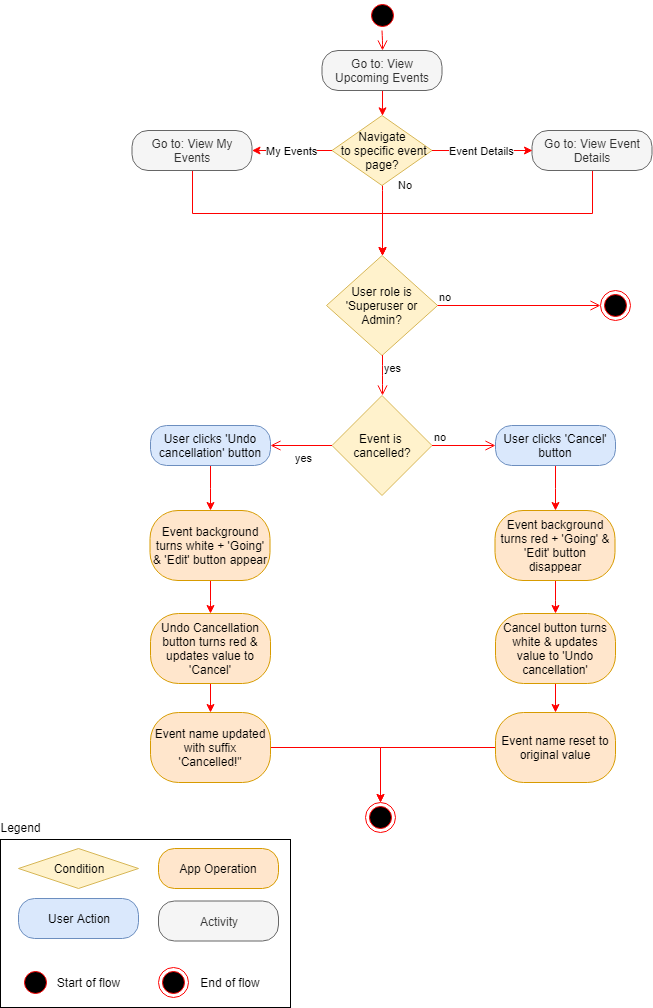
Evdes/EventTracker keeps this draw.io diagram as Documentation/Diagrams/Activity Diagram/Screenshots/Event Tracker - Activity Diagram - Cancel event.png. Above is the earlier version. Source tidied: cells renumbered, new cells last; positions are measured from the earlier drawing's top-left corner, leaving out a move shared by most shapes.
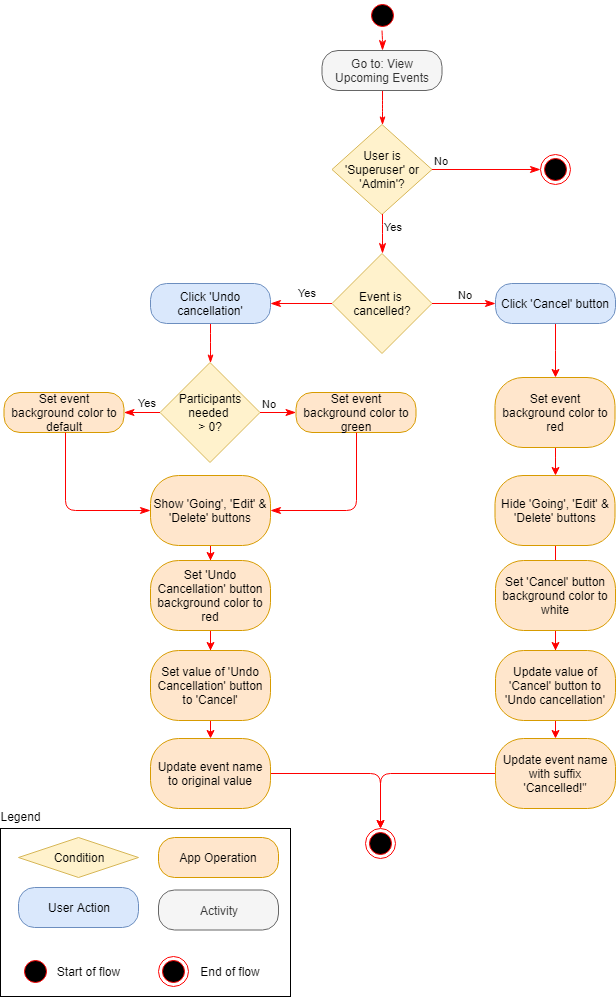
The same file after the commit.

What changed in the source:
```diff
@@ -2,151 +2,168 @@
   <root>
     <mxCell id="0" />
     <mxCell id="1" parent="0" />
-    <mxCell id="2" value="User role is 'Superuser or Admin?" style="rhombus;whiteSpace=wrap;html=1;fillColor=#fff2cc;strokeColor=#d6b656;" parent="1" vertex="1">
-      <mxGeometry x="326" y="255" width="111.1" height="100" as="geometry" />
+    <mxCell id="2" value="User is 'Superuser' or 'Admin'?" style="rhombus;whiteSpace=wrap;html=1;fillColor=#fff2cc;strokeColor=#d6b656;" parent="1" vertex="1">
+      <mxGeometry x="331.5" y="124" width="100" height="90" as="geometry" />
     </mxCell>
-    <mxCell id="3" value="no" style="edgeStyle=orthogonalEdgeStyle;html=1;align=left;verticalAlign=bottom;endArrow=open;endSize=8;strokeColor=#ff0000;entryX=0;entryY=0.5;entryDx=0;entryDy=0;" parent="1" edge="1" source="2" target="5">
+    <mxCell id="3" value="No" style="edgeStyle=orthogonalEdgeStyle;html=1;align=left;verticalAlign=bottom;endArrow=classicThin;endSize=8;strokeColor=#ff0000;entryX=0;entryY=0.5;entryDx=0;entryDy=0;endFill=1;" parent="1" edge="1" source="2" target="5">
       <mxGeometry x="-1" relative="1" as="geometry" />
     </mxCell>
-    <mxCell id="4" value="yes" style="edgeStyle=orthogonalEdgeStyle;html=1;align=left;verticalAlign=top;endArrow=open;endSize=8;strokeColor=#ff0000;entryX=0.5;entryY=0;entryDx=0;entryDy=0;" parent="1" edge="1" source="2" target="6">
+    <mxCell id="4" value="Yes" style="edgeStyle=orthogonalEdgeStyle;html=1;align=left;verticalAlign=top;endArrow=classicThin;endSize=8;strokeColor=#ff0000;entryX=0.5;entryY=0;entryDx=0;entryDy=0;endFill=1;" parent="1" edge="1" source="2" target="6">
       <mxGeometry x="-1" relative="1" as="geometry" />
     </mxCell>
     <mxCell id="5" style="ellipse;html=1;shape=endState;fillColor=#000000;strokeColor=#ff0000;" parent="1" vertex="1">
-      <mxGeometry x="600" y="290" width="30" height="30" as="geometry" />
+      <mxGeometry x="540" y="154" width="30" height="30" as="geometry" />
     </mxCell>
     <mxCell id="6" value="Event is &lt;br&gt;cancelled?" style="rhombus;whiteSpace=wrap;html=1;fillColor=#fff2cc;strokeColor=#d6b656;" parent="1" vertex="1">
-      <mxGeometry x="331.5" y="395" width="100" height="100" as="geometry" />
+      <mxGeometry x="331.5" y="253" width="100" height="100" as="geometry" />
     </mxCell>
-    <mxCell id="7" value="no" style="edgeStyle=orthogonalEdgeStyle;html=1;align=left;verticalAlign=bottom;endArrow=open;endSize=8;strokeColor=#ff0000;entryX=0;entryY=0.5;entryDx=0;entryDy=0;" parent="1" edge="1" source="6" target="10">
-      <mxGeometry x="-1" relative="1" as="geometry" />
+    <mxCell id="7" value="No" style="edgeStyle=orthogonalEdgeStyle;html=1;align=left;verticalAlign=bottom;endArrow=classicThin;endSize=8;strokeColor=#ff0000;entryX=0;entryY=0.5;entryDx=0;entryDy=0;endFill=1;" parent="1" edge="1" source="6" target="10">
+      <mxGeometry x="-0.26" relative="1" as="geometry" />
     </mxCell>
-    <mxCell id="8" value="yes" style="edgeStyle=orthogonalEdgeStyle;html=1;align=left;verticalAlign=top;endArrow=open;endSize=8;strokeColor=#ff0000;entryX=1;entryY=0.5;entryDx=0;entryDy=0;" parent="1" edge="1" source="6" target="18">
-      <mxGeometry x="0.3" relative="1" as="geometry">
+    <mxCell id="8" value="Yes" style="edgeStyle=orthogonalEdgeStyle;html=1;align=left;verticalAlign=top;endArrow=classicThin;endSize=8;strokeColor=#ff0000;entryX=1;entryY=0.5;entryDx=0;entryDy=0;endFill=1;" parent="1" edge="1" source="6" target="18">
+      <mxGeometry x="0.19" y="-23" relative="1" as="geometry">
         <mxPoint x="1" as="offset" />
       </mxGeometry>
     </mxCell>
-    <mxCell id="9" style="edgeStyle=orthogonalEdgeStyle;rounded=0;jettySize=auto;html=1;strokeColor=#FF0000;" parent="1" edge="1" source="10" target="12">
+    <mxCell id="9" style="edgeStyle=orthogonalEdgeStyle;rounded=0;jettySize=auto;html=1;strokeColor=#FF0000;" parent="1" edge="1" source="10" target="57">
       <mxGeometry relative="1" as="geometry" />
     </mxCell>
-    <mxCell id="10" value="User clicks 'Cancel' button" style="rounded=1;whiteSpace=wrap;html=1;arcSize=40;fillColor=#dae8fc;strokeColor=#6c8ebf;" parent="1" vertex="1">
-      <mxGeometry x="495" y="425" width="120" height="40" as="geometry" />
+    <mxCell id="10" value="Click 'Cancel' button" style="rounded=1;whiteSpace=wrap;html=1;arcSize=40;fillColor=#dae8fc;strokeColor=#6c8ebf;" parent="1" vertex="1">
+      <mxGeometry x="495" y="283" width="120" height="40" as="geometry" />
     </mxCell>
     <mxCell id="11" style="edgeStyle=orthogonalEdgeStyle;rounded=0;jettySize=auto;html=1;strokeColor=#FF0000;" parent="1" edge="1" source="12" target="14">
       <mxGeometry relative="1" as="geometry" />
     </mxCell>
-    <mxCell id="12" value="Event background turns red + 'Going' &amp;amp; 'Edit' button disappear" style="rounded=1;whiteSpace=wrap;html=1;arcSize=40;fillColor=#ffe6cc;strokeColor=#d79b00;" parent="1" vertex="1">
-      <mxGeometry x="494.5" y="510" width="120" height="70" as="geometry" />
+    <mxCell id="12" value="Hide 'Going', 'Edit' &amp;amp; 'Delete' buttons" style="rounded=1;whiteSpace=wrap;html=1;arcSize=40;fillColor=#ffe6cc;strokeColor=#d79b00;" parent="1" vertex="1">
+      <mxGeometry x="494.5" y="475" width="120" height="70" as="geometry" />
     </mxCell>
-    <mxCell id="13" style="edgeStyle=orthogonalEdgeStyle;rounded=0;jettySize=auto;html=1;strokeColor=#FF0000;" parent="1" edge="1" source="14" target="16">
+    <mxCell id="13" style="edgeStyle=orthogonalEdgeStyle;rounded=0;jettySize=auto;html=1;strokeColor=#FF0000;" parent="1" edge="1" source="14" target="59">
       <mxGeometry relative="1" as="geometry" />
     </mxCell>
-    <mxCell id="14" value="Cancel button turns white &amp;amp; updates value to 'Undo cancellation'" style="rounded=1;whiteSpace=wrap;html=1;arcSize=40;fillColor=#ffe6cc;strokeColor=#d79b00;" parent="1" vertex="1">
-      <mxGeometry x="495" y="613" width="120" height="70" as="geometry" />
+    <mxCell id="14" value="Set 'Cancel' button background color to white" style="rounded=1;whiteSpace=wrap;html=1;arcSize=40;fillColor=#ffe6cc;strokeColor=#d79b00;" parent="1" vertex="1">
+      <mxGeometry x="495" y="560" width="120" height="70" as="geometry" />
     </mxCell>
-    <mxCell id="15" style="edgeStyle=orthogonalEdgeStyle;rounded=0;jettySize=auto;html=1;strokeColor=#FF0000;" parent="1" edge="1" source="16" target="25">
+    <mxCell id="15" style="edgeStyle=orthogonalEdgeStyle;rounded=1;jettySize=auto;html=1;strokeColor=#FF0000;" parent="1" edge="1" source="16" target="25">
       <mxGeometry relative="1" as="geometry" />
     </mxCell>
-    <mxCell id="16" value="Event name reset to original value" style="rounded=1;whiteSpace=wrap;html=1;arcSize=40;fillColor=#ffe6cc;strokeColor=#d79b00;" parent="1" vertex="1">
-      <mxGeometry x="495" y="712" width="120" height="70" as="geometry" />
+    <mxCell id="16" value="Update event name with suffix 'Cancelled!&quot;" style="rounded=1;whiteSpace=wrap;html=1;arcSize=40;fillColor=#ffe6cc;strokeColor=#d79b00;" parent="1" vertex="1">
+      <mxGeometry x="495" y="738" width="120" height="70" as="geometry" />
     </mxCell>
-    <mxCell id="17" style="edgeStyle=orthogonalEdgeStyle;rounded=0;jettySize=auto;html=1;strokeColor=#FF0000;" parent="1" edge="1" source="18" target="20">
-      <mxGeometry relative="1" as="geometry" />
-    </mxCell>
+    <mxCell id="48" style="edgeStyle=orthogonalEdgeStyle;rounded=1;jettySize=auto;html=1;endArrow=classicThin;endFill=1;strokeColor=#FF0000;" parent="1" edge="1" source="18" target="50">
+      <mxGeometry relative="1" as="geometry" />
+    </mxCell>
-    <mxCell id="18" value="User clicks 'Undo cancellation' button" style="rounded=1;whiteSpace=wrap;html=1;arcSize=40;fillColor=#dae8fc;strokeColor=#6c8ebf;" parent="1" vertex="1">
-      <mxGeometry x="150" y="425" width="120" height="40" as="geometry" />
+    <mxCell id="18" value="Click 'Undo cancellation'" style="rounded=1;whiteSpace=wrap;html=1;arcSize=40;fillColor=#dae8fc;strokeColor=#6c8ebf;" parent="1" vertex="1">
+      <mxGeometry x="150" y="283" width="120" height="40" as="geometry" />
     </mxCell>
     <mxCell id="19" style="edgeStyle=orthogonalEdgeStyle;rounded=0;jettySize=auto;html=1;strokeColor=#FF0000;" parent="1" edge="1" source="20" target="22">
       <mxGeometry relative="1" as="geometry" />
     </mxCell>
-    <mxCell id="20" value="&lt;span&gt;Event background turns white + 'Going' &amp;amp; 'Edit' button appear&lt;/span&gt;" style="rounded=1;whiteSpace=wrap;html=1;arcSize=40;fillColor=#ffe6cc;strokeColor=#d79b00;" parent="1" vertex="1">
-      <mxGeometry x="149.5" y="510" width="120" height="70" as="geometry" />
+    <mxCell id="20" value="&lt;span&gt;Show 'Going', 'Edit' &amp;amp; 'Delete' buttons&lt;/span&gt;" style="rounded=1;whiteSpace=wrap;html=1;arcSize=40;fillColor=#ffe6cc;strokeColor=#d79b00;" parent="1" vertex="1">
+      <mxGeometry x="150" y="475" width="120" height="70" as="geometry" />
     </mxCell>
-    <mxCell id="21" style="edgeStyle=orthogonalEdgeStyle;rounded=0;jettySize=auto;html=1;strokeColor=#FF0000;" parent="1" edge="1" source="22" target="24">
+    <mxCell id="21" style="edgeStyle=orthogonalEdgeStyle;rounded=0;jettySize=auto;html=1;strokeColor=#FF0000;entryX=0.5;entryY=0;entryDx=0;entryDy=0;" parent="1" edge="1" source="22" target="61">
       <mxGeometry relative="1" as="geometry" />
     </mxCell>
-    <mxCell id="22" value="Undo Cancellation button turns red &amp;amp; updates value to 'Cancel'&lt;br&gt;" style="rounded=1;whiteSpace=wrap;html=1;arcSize=40;fillColor=#ffe6cc;strokeColor=#d79b00;" parent="1" vertex="1">
-      <mxGeometry x="150" y="613" width="120" height="70" as="geometry" />
+    <mxCell id="22" value="Set 'Undo Cancellation' button background color to red&lt;br&gt;" style="rounded=1;whiteSpace=wrap;html=1;arcSize=40;fillColor=#ffe6cc;strokeColor=#d79b00;" parent="1" vertex="1">
+      <mxGeometry x="150" y="560" width="120" height="70" as="geometry" />
     </mxCell>
-    <mxCell id="23" style="edgeStyle=orthogonalEdgeStyle;rounded=0;jettySize=auto;html=1;strokeColor=#FF0000;entryX=0.5;entryY=0;entryDx=0;entryDy=0;" parent="1" edge="1" source="24" target="25">
+    <mxCell id="23" style="edgeStyle=orthogonalEdgeStyle;rounded=1;jettySize=auto;html=1;strokeColor=#FF0000;entryX=0.5;entryY=0;entryDx=0;entryDy=0;" parent="1" edge="1" source="24" target="25">
       <mxGeometry relative="1" as="geometry" />
     </mxCell>
-    <mxCell id="24" value="Event name updated with suffix 'Cancelled!&quot;&lt;br&gt;" style="rounded=1;whiteSpace=wrap;html=1;arcSize=40;fillColor=#ffe6cc;strokeColor=#d79b00;" parent="1" vertex="1">
-      <mxGeometry x="150" y="712" width="120" height="70" as="geometry" />
+    <mxCell id="24" value="Update event name to original value&lt;br&gt;" style="rounded=1;whiteSpace=wrap;html=1;arcSize=40;fillColor=#ffe6cc;strokeColor=#d79b00;" parent="1" vertex="1">
+      <mxGeometry x="150" y="738" width="120" height="70" as="geometry" />
     </mxCell>
     <mxCell id="25" style="ellipse;html=1;shape=endState;fillColor=#000000;strokeColor=#ff0000;" parent="1" vertex="1">
-      <mxGeometry x="365" y="802" width="30" height="30" as="geometry" />
+      <mxGeometry x="365" y="828" width="30" height="30" as="geometry" />
     </mxCell>
     <mxCell id="26" style="rounded=0;whiteSpace=wrap;html=1;fillColor=none;" parent="1" vertex="1">
-      <mxGeometry y="839" width="290" height="168" as="geometry" />
+      <mxGeometry y="828" width="290" height="168" as="geometry" />
     </mxCell>
     <mxCell id="27" value="User Action" style="rounded=1;whiteSpace=wrap;html=1;arcSize=40;fillColor=#dae8fc;strokeColor=#6c8ebf;" parent="1" vertex="1">
-      <mxGeometry x="18" y="898" width="120" height="40" as="geometry" />
+      <mxGeometry x="18" y="887" width="120" height="40" as="geometry" />
     </mxCell>
     <mxCell id="28" value="Legend" style="text;html=1;strokeColor=none;fillColor=none;align=center;verticalAlign=middle;whiteSpace=wrap;rounded=0;" parent="1" vertex="1">
-      <mxGeometry y="817" width="40" height="20" as="geometry" />
+      <mxGeometry y="806" width="40" height="20" as="geometry" />
     </mxCell>
     <mxCell id="29" value="Activity" style="rounded=1;whiteSpace=wrap;html=1;arcSize=40;fillColor=#f5f5f5;strokeColor=#666666;fontColor=#333333;" parent="1" vertex="1">
-      <mxGeometry x="158" y="900.5" width="120" height="40" as="geometry" />
+      <mxGeometry x="158" y="889.5" width="120" height="40" as="geometry" />
     </mxCell>
     <mxCell id="30" value="Condition" style="rhombus;whiteSpace=wrap;html=1;fillColor=#fff2cc;strokeColor=#d6b656;" parent="1" vertex="1">
-      <mxGeometry x="18" y="848" width="120" height="40" as="geometry" />
+      <mxGeometry x="18" y="837" width="120" height="40" as="geometry" />
     </mxCell>
     <mxCell id="31" value="App Operation" style="rounded=1;whiteSpace=wrap;html=1;arcSize=40;fillColor=#ffe6cc;strokeColor=#d79b00;" parent="1" vertex="1">
-      <mxGeometry x="158" y="848" width="120" height="40" as="geometry" />
+      <mxGeometry x="158" y="837" width="120" height="40" as="geometry" />
     </mxCell>
     <mxCell id="32" style="ellipse;html=1;shape=startState;fillColor=#000000;strokeColor=#ff0000;" parent="1" vertex="1">
-      <mxGeometry x="20" y="967" width="30" height="30" as="geometry" />
+      <mxGeometry x="20" y="956" width="30" height="30" as="geometry" />
     </mxCell>
     <mxCell id="33" style="ellipse;html=1;shape=endState;fillColor=#000000;strokeColor=#ff0000;" parent="1" vertex="1">
-      <mxGeometry x="158" y="967" width="30" height="30" as="geometry" />
+      <mxGeometry x="158" y="956" width="30" height="30" as="geometry" />
     </mxCell>
     <mxCell id="34" value="Start of flow" style="text;html=1;strokeColor=none;fillColor=none;align=center;verticalAlign=middle;whiteSpace=wrap;rounded=0;" parent="1" vertex="1">
-      <mxGeometry x="50" y="972" width="75" height="20" as="geometry" />
+      <mxGeometry x="50" y="961" width="75" height="20" as="geometry" />
     </mxCell>
     <mxCell id="35" value="End of flow" style="text;html=1;strokeColor=none;fillColor=none;align=center;verticalAlign=middle;whiteSpace=wrap;rounded=0;" parent="1" vertex="1">
-      <mxGeometry x="195" y="972" width="70" height="20" as="geometry" />
+      <mxGeometry x="195" y="961" width="70" height="20" as="geometry" />
     </mxCell>
     <mxCell id="36" style="ellipse;html=1;shape=startState;fillColor=#000000;strokeColor=#ff0000;" parent="1" vertex="1">
       <mxGeometry x="366.5" width="30" height="30" as="geometry" />
     </mxCell>
-    <mxCell id="37" style="edgeStyle=orthogonalEdgeStyle;html=1;verticalAlign=bottom;endArrow=open;endSize=8;strokeColor=#ff0000;entryX=0.5;entryY=0;entryDx=0;entryDy=0;" parent="1" edge="1" source="36" target="39">
+    <mxCell id="37" style="edgeStyle=orthogonalEdgeStyle;html=1;verticalAlign=bottom;endArrow=classicThin;endSize=8;strokeColor=#ff0000;entryX=0.5;entryY=0;entryDx=0;entryDy=0;endFill=1;" parent="1" edge="1" source="36" target="39">
       <mxGeometry relative="1" as="geometry" />
     </mxCell>
-    <mxCell id="38" style="edgeStyle=orthogonalEdgeStyle;rounded=0;jettySize=auto;html=1;strokeColor=#FF0000;" parent="1" edge="1" source="39" target="47">
-      <mxGeometry relative="1" as="geometry" />
-    </mxCell>
+    <mxCell id="49" style="edgeStyle=orthogonalEdgeStyle;rounded=1;jettySize=auto;html=1;endArrow=classicThin;endFill=1;strokeColor=#FF0000;" parent="1" edge="1" source="39" target="2">
+      <mxGeometry relative="1" as="geometry" />
+    </mxCell>
     <mxCell id="39" value="Go to: View Upcoming Events&lt;br&gt;" style="rounded=1;whiteSpace=wrap;html=1;arcSize=40;fontColor=#333333;fillColor=#f5f5f5;strokeColor=#666666;" parent="1" vertex="1">
       <mxGeometry x="321.5" y="50" width="120" height="40" as="geometry" />
     </mxCell>
-    <mxCell id="40" style="edgeStyle=orthogonalEdgeStyle;rounded=0;jettySize=auto;html=1;entryX=0.5;entryY=0;entryDx=0;entryDy=0;strokeColor=#FF0000;exitX=0.5;exitY=1;exitDx=0;exitDy=0;" parent="1" edge="1" source="41" target="2">
-      <mxGeometry relative="1" as="geometry" />
-    </mxCell>
-    <mxCell id="41" value="Go to: View Event Details" style="rounded=1;whiteSpace=wrap;html=1;arcSize=40;fontColor=#333333;fillColor=#f5f5f5;strokeColor=#666666;" parent="1" vertex="1">
-      <mxGeometry x="531.5" y="130" width="120" height="40" as="geometry" />
-    </mxCell>
-    <mxCell id="42" style="edgeStyle=orthogonalEdgeStyle;rounded=0;jettySize=auto;html=1;strokeColor=#FF0000;entryX=0.5;entryY=0;entryDx=0;entryDy=0;exitX=0.5;exitY=1;exitDx=0;exitDy=0;" parent="1" edge="1" source="43" target="2">
-      <mxGeometry relative="1" as="geometry" />
-    </mxCell>
-    <mxCell id="43" value="Go to: View My Events" style="rounded=1;whiteSpace=wrap;html=1;arcSize=40;fontColor=#333333;fillColor=#f5f5f5;strokeColor=#666666;" parent="1" vertex="1">
-      <mxGeometry x="131.5" y="130" width="120" height="40" as="geometry" />
-    </mxCell>
-    <mxCell id="44" value="Event Details" style="edgeStyle=orthogonalEdgeStyle;rounded=0;jettySize=auto;html=1;strokeColor=#FF0000;entryX=0;entryY=0.5;entryDx=0;entryDy=0;" parent="1" edge="1" source="47" target="41">
-      <mxGeometry relative="1" as="geometry" />
-    </mxCell>
-    <mxCell id="45" value="My Events" style="edgeStyle=orthogonalEdgeStyle;rounded=0;jettySize=auto;html=1;strokeColor=#FF0000;" parent="1" edge="1" source="47" target="43">
-      <mxGeometry relative="1" as="geometry" />
-    </mxCell>
+    <mxCell id="50" value="Participants needed &lt;br&gt;&amp;gt; 0?&lt;br&gt;" style="rhombus;whiteSpace=wrap;html=1;fillColor=#fff2cc;strokeColor=#d6b656;" parent="1" vertex="1">
+      <mxGeometry x="159.5" y="362" width="100" height="100" as="geometry" />
+    </mxCell>
-    <mxCell id="46" value="No" style="edgeStyle=orthogonalEdgeStyle;rounded=0;jettySize=auto;html=1;strokeColor=#FF0000;" parent="1" edge="1" source="47" target="2">
-      <mxGeometry x="-0.85" y="24" relative="1" as="geometry">
-        <Array as="points">
-          <mxPoint x="382" y="190" />
-          <mxPoint x="382" y="190" />
-        </Array>
-        <mxPoint x="-1" y="-5" as="offset" />
-      </mxGeometry>
+    <mxCell id="46" value="No" style="edgeStyle=orthogonalEdgeStyle;html=1;align=left;verticalAlign=bottom;endArrow=classicThin;endSize=8;strokeColor=#ff0000;endFill=1;" parent="1" edge="1" source="50" target="52">
+      <mxGeometry x="-1" relative="1" as="geometry" />
     </mxCell>
-    <mxCell id="47" value="Navigate&lt;br&gt;&amp;nbsp;to specific event page?" style="rhombus;whiteSpace=wrap;html=1;fillColor=#fff2cc;strokeColor=#d6b656;" parent="1" vertex="1">
-      <mxGeometry x="331.5" y="115" width="100" height="70" as="geometry" />
-    </mxCell>
+    <mxCell id="51" value="Yes" style="edgeStyle=orthogonalEdgeStyle;html=1;align=left;verticalAlign=top;endArrow=classicThin;endSize=8;strokeColor=#ff0000;endFill=1;" parent="1" edge="1" source="50" target="54">
+      <mxGeometry x="0.36" y="-22" relative="1" as="geometry" />
+    </mxCell>
+    <mxCell id="52" value="Set event background color to green" style="rounded=1;whiteSpace=wrap;html=1;arcSize=40;fillColor=#ffe6cc;strokeColor=#d79b00;" parent="1" vertex="1">
+      <mxGeometry x="295.5" y="392" width="120" height="40" as="geometry" />
+    </mxCell>
+    <mxCell id="53" style="edgeStyle=orthogonalEdgeStyle;html=1;verticalAlign=bottom;endArrow=classicThin;endSize=8;strokeColor=#ff0000;entryX=1;entryY=0.5;entryDx=0;entryDy=0;endFill=1;" parent="1" edge="1" source="52" target="20">
+      <mxGeometry relative="1" as="geometry">
+        <Array as="points">
+          <mxPoint x="356" y="510" />
+        </Array>
+      </mxGeometry>
+    </mxCell>
+    <mxCell id="54" value="Set event background color to default" style="rounded=1;whiteSpace=wrap;html=1;arcSize=40;fillColor=#ffe6cc;strokeColor=#d79b00;" parent="1" vertex="1">
+      <mxGeometry x="3.5" y="392" width="120" height="40" as="geometry" />
+    </mxCell>
+    <mxCell id="55" style="edgeStyle=orthogonalEdgeStyle;html=1;verticalAlign=bottom;endArrow=classicThin;endSize=8;strokeColor=#ff0000;endFill=1;entryX=0;entryY=0.5;entryDx=0;entryDy=0;" parent="1" edge="1" source="54" target="20">
+      <mxGeometry relative="1" as="geometry">
+        <Array as="points">
+          <mxPoint x="65" y="510" />
+        </Array>
+      </mxGeometry>
+    </mxCell>
+    <mxCell id="56" style="edgeStyle=orthogonalEdgeStyle;rounded=1;jettySize=auto;html=1;strokeColor=#FF0000;" parent="1" edge="1" source="57" target="12">
+      <mxGeometry relative="1" as="geometry" />
+    </mxCell>
+    <mxCell id="57" value="Set event background color to red" style="rounded=1;whiteSpace=wrap;html=1;arcSize=40;fillColor=#ffe6cc;strokeColor=#d79b00;" parent="1" vertex="1">
+      <mxGeometry x="494.5" y="377" width="120" height="70" as="geometry" />
+    </mxCell>
+    <mxCell id="58" style="edgeStyle=orthogonalEdgeStyle;rounded=1;jettySize=auto;html=1;strokeColor=#FF0000;entryX=0.5;entryY=0;entryDx=0;entryDy=0;" parent="1" edge="1" source="59" target="16">
+      <mxGeometry relative="1" as="geometry" />
+    </mxCell>
+    <mxCell id="59" value="Update value of 'Cancel' button to 'Undo cancellation'" style="rounded=1;whiteSpace=wrap;html=1;arcSize=40;fillColor=#ffe6cc;strokeColor=#d79b00;" parent="1" vertex="1">
+      <mxGeometry x="495" y="650" width="120" height="70" as="geometry" />
+    </mxCell>
+    <mxCell id="60" style="edgeStyle=orthogonalEdgeStyle;rounded=1;jettySize=auto;html=1;strokeColor=#FF0000;" parent="1" edge="1" source="61" target="24">
+      <mxGeometry relative="1" as="geometry" />
+    </mxCell>
+    <mxCell id="61" value="Set value of 'Undo Cancellation' button to 'Cancel'&lt;br&gt;" style="rounded=1;whiteSpace=wrap;html=1;arcSize=40;fillColor=#ffe6cc;strokeColor=#d79b00;" parent="1" vertex="1">
+      <mxGeometry x="150" y="650" width="120" height="70" as="geometry" />
+    </mxCell>
   </root>
 </mxGraphModel>
```
